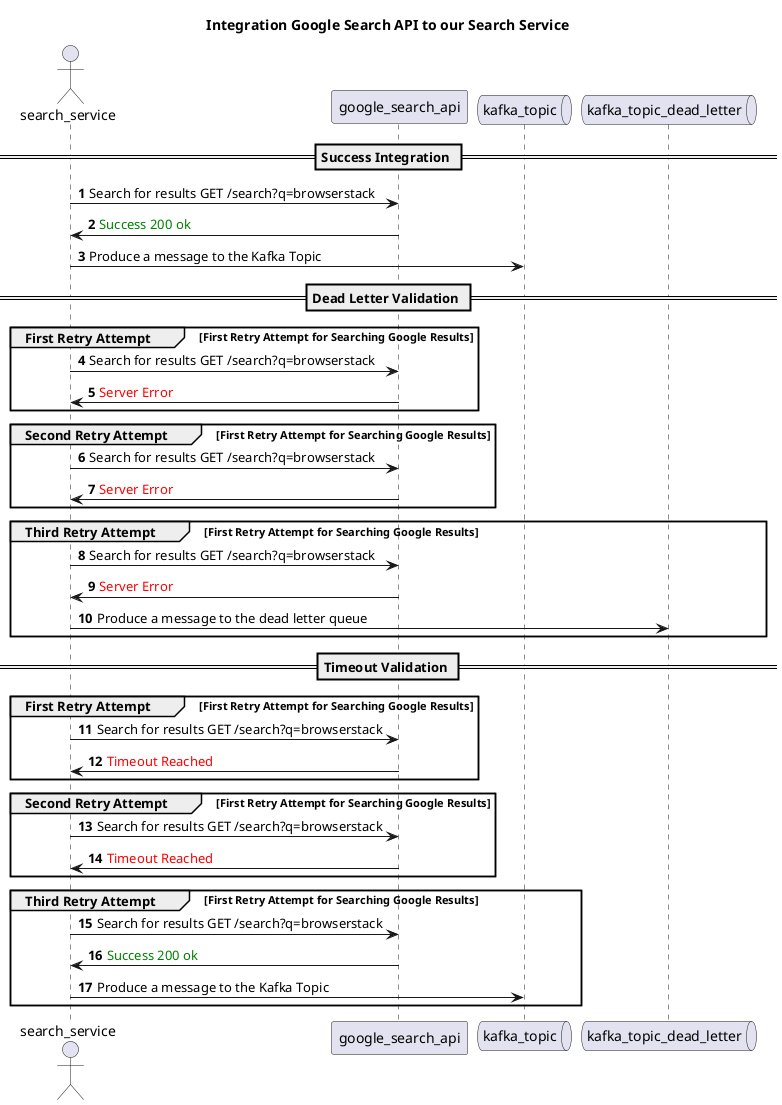
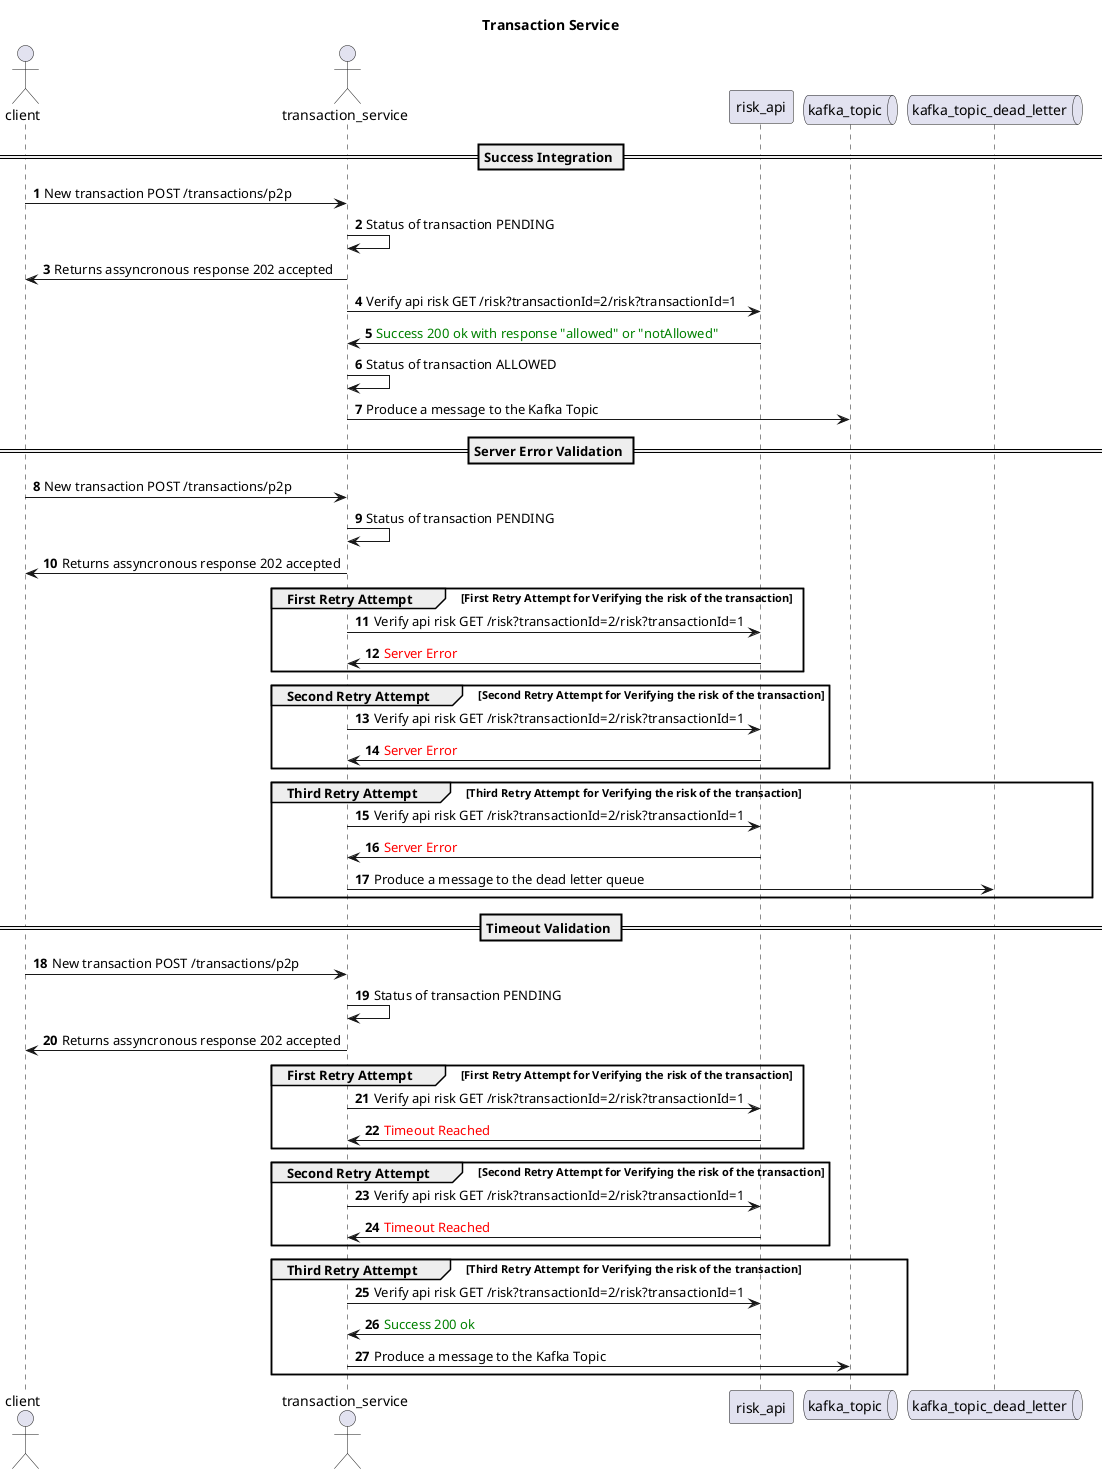
@startuml

- title Integration Google Search API to our Search Service
+ title Transaction Service

- actor       search_service as searchservice
- participant google_search_api as googleservice
- queue       kafka_topic  as kafka_search
- queue       kafka_topic_dead_letter  as kafka_search_dead_letter
+ actor       client
+ actor       transaction_service as transactionservice
+ participant risk_api as riskapi
+ queue       kafka_topic  as kafka_transaction
+ queue       kafka_topic_dead_letter  as kafka_transaction_dead_letter

== Success Integration ==

autonumber
- searchservice -> googleservice: Search for results GET /search?q=browserstack
- googleservice -> searchservice: <color:green>Success 200 ok
- searchservice -> kafka_search: Produce a message to the Kafka Topic
+ client -> transactionservice: New transaction POST /transactions/p2p
+ transactionservice -> transactionservice: Status of transaction PENDING
+ transactionservice -> client: Returns assyncronous response 202 accepted
+ transactionservice -> riskapi: Verify api risk GET /risk?transactionId=2/risk?transactionId=1
+ riskapi -> transactionservice: <color:green>Success 200 ok with response "allowed" or "notAllowed"
+ transactionservice -> transactionservice: Status of transaction ALLOWED
+ transactionservice -> kafka_transaction: Produce a message to the Kafka Topic

- == Dead Letter Validation ==
- group First Retry Attempt [First Retry Attempt for Searching Google Results]
- searchservice -> googleservice: Search for results GET /search?q=browserstack
- googleservice -> searchservice: <color:red>Server Error
+ 
+ == Server Error Validation ==
+ client -> transactionservice: New transaction POST /transactions/p2p
+ transactionservice -> transactionservice: Status of transaction PENDING
+ transactionservice -> client: Returns assyncronous response 202 accepted
+ 
+ group First Retry Attempt [First Retry Attempt for Verifying the risk of the transaction]
+ transactionservice -> riskapi: Verify api risk GET /risk?transactionId=2/risk?transactionId=1
+ riskapi -> transactionservice: <color:red>Server Error
end

- group Second Retry Attempt [First Retry Attempt for Searching Google Results]
- searchservice -> googleservice: Search for results GET /search?q=browserstack
- googleservice -> searchservice: <color:red>Server Error
+ group Second Retry Attempt [Second Retry Attempt for Verifying the risk of the transaction]
+ transactionservice -> riskapi: Verify api risk GET /risk?transactionId=2/risk?transactionId=1
+ riskapi -> transactionservice: <color:red>Server Error
end

- group Third Retry Attempt [First Retry Attempt for Searching Google Results]
- searchservice -> googleservice: Search for results GET /search?q=browserstack
- googleservice -> searchservice: <color:red>Server Error
- searchservice -> kafka_search_dead_letter: Produce a message to the dead letter queue
+ group Third Retry Attempt [Third Retry Attempt for Verifying the risk of the transaction]
+ transactionservice -> riskapi: Verify api risk GET /risk?transactionId=2/risk?transactionId=1
+ riskapi -> transactionservice: <color:red>Server Error
+ transactionservice -> kafka_transaction_dead_letter: Produce a message to the dead letter queue
end


== Timeout Validation ==
- group First Retry Attempt [First Retry Attempt for Searching Google Results]
- searchservice -> googleservice: Search for results GET /search?q=browserstack
- googleservice -> searchservice: <color:red>Timeout Reached
+ 
+ client -> transactionservice: New transaction POST /transactions/p2p
+ transactionservice -> transactionservice: Status of transaction PENDING
+ transactionservice -> client: Returns assyncronous response 202 accepted
+ 
+ group First Retry Attempt [First Retry Attempt for Verifying the risk of the transaction]
+ transactionservice -> riskapi: Verify api risk GET /risk?transactionId=2/risk?transactionId=1
+ riskapi -> transactionservice: <color:red>Timeout Reached
end

- group Second Retry Attempt [First Retry Attempt for Searching Google Results]
- searchservice -> googleservice: Search for results GET /search?q=browserstack
- googleservice -> searchservice: <color:red>Timeout Reached
+ group Second Retry Attempt [Second Retry Attempt for Verifying the risk of the transaction]
+ transactionservice -> riskapi: Verify api risk GET /risk?transactionId=2/risk?transactionId=1
+ riskapi -> transactionservice: <color:red>Timeout Reached
end

- group Third Retry Attempt [First Retry Attempt for Searching Google Results]
- searchservice -> googleservice: Search for results GET /search?q=browserstack
- googleservice -> searchservice: <color:green>Success 200 ok
- searchservice -> kafka_search: Produce a message to the Kafka Topic
+ group Third Retry Attempt [Third Retry Attempt for Verifying the risk of the transaction]
+ transactionservice -> riskapi: Verify api risk GET /risk?transactionId=2/risk?transactionId=1
+ riskapi -> transactionservice: <color:green>Success 200 ok
+ transactionservice -> kafka_transaction: Produce a message to the Kafka Topic
end

@enduml